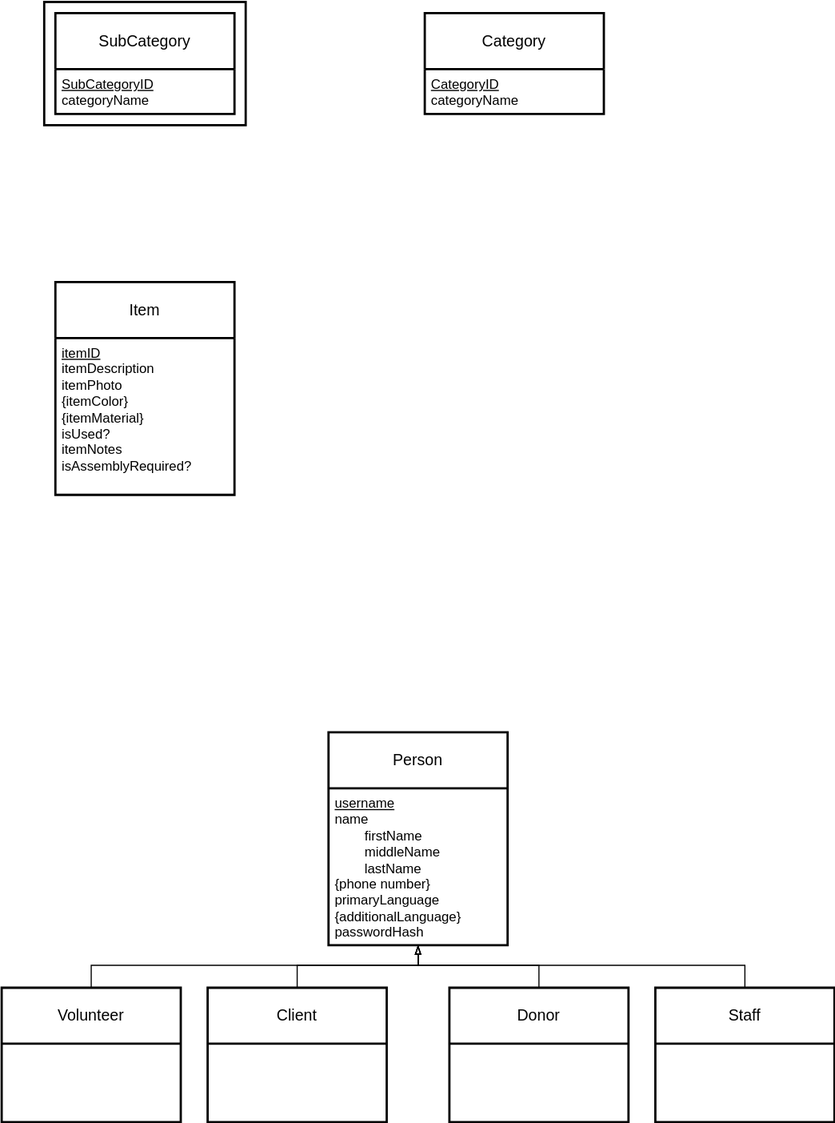
ivanearisty/obsidian keeps this draw.io diagram as Classes + Uni/PDS/Project/Part 1/Project1.svg. Above is the earlier version. Source tidied: cells renumbered, new cells last; positions are measured from the earlier drawing's top-left corner, leaving out a move shared by most shapes.
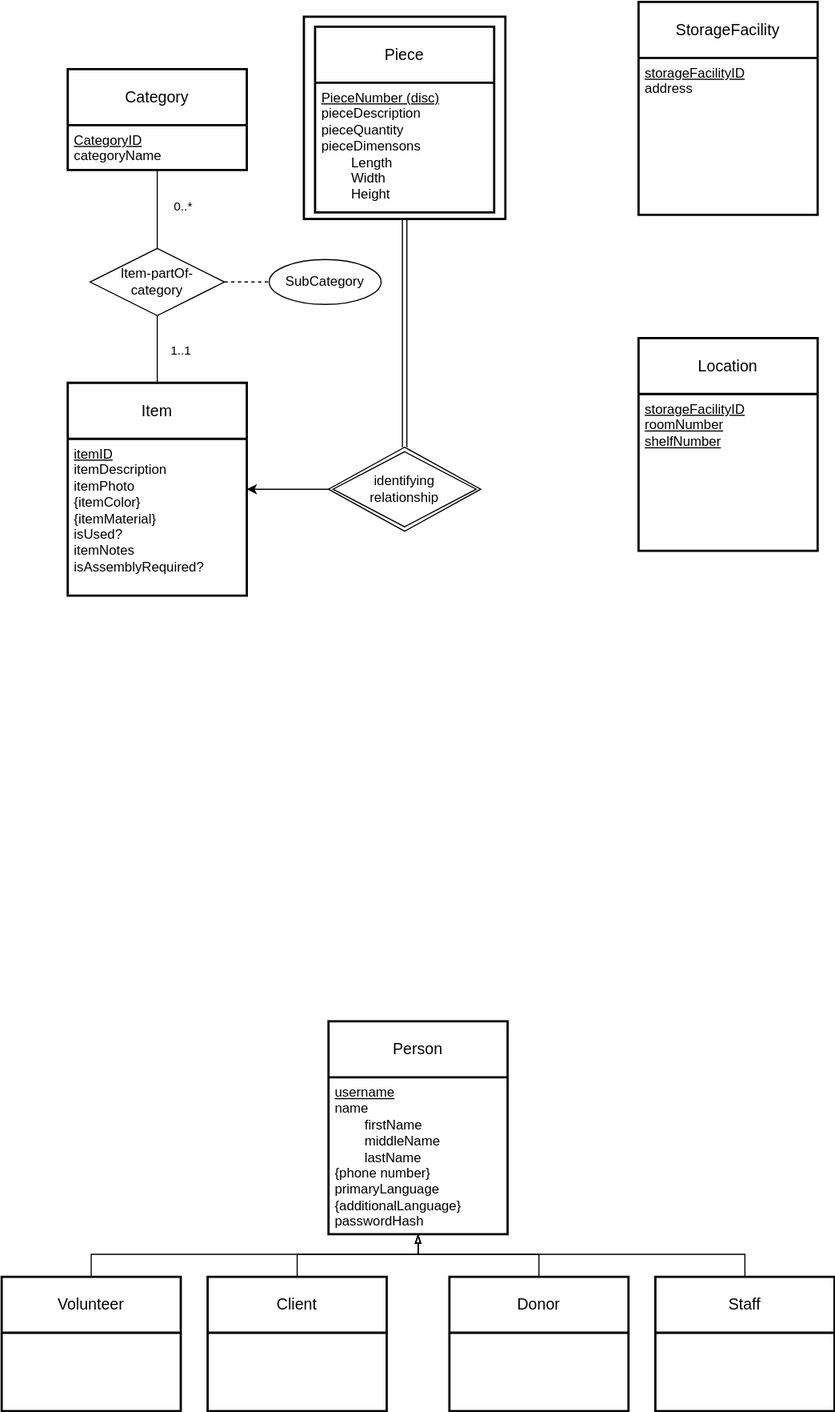
After the change.

Commit message:
vault backup: 2024-10-17 14:12:05

The edit, as a diff of the source:
```diff
@@ -2,18 +2,6 @@
   <root>
     <mxCell id="0" />
     <mxCell id="1" parent="0" />
-    <mxCell id="2" style="group;" parent="1" vertex="1">
-      <mxGeometry x="38" width="180" height="110" as="geometry" />
-    </mxCell>
-    <mxCell id="3" style="rounded=0;whiteSpace=wrap;html=1;strokeWidth=2;fillColor=none;" parent="2" vertex="1">
-      <mxGeometry width="180" height="110" as="geometry" />
-    </mxCell>
-    <mxCell id="4" value="SubCategory" style="swimlane;horizontal=1;startSize=50;rounded=0;fontSize=14;fontStyle=0;strokeWidth=2;shadow=0;dashed=0;align=center;arcSize=4;whiteSpace=wrap;html=1;" parent="2" vertex="1">
-      <mxGeometry x="10" y="10" width="160" height="90" as="geometry" />
-    </mxCell>
-    <mxCell id="5" value="&lt;u&gt;SubCategoryID&lt;/u&gt;&lt;div&gt;categoryName&lt;/div&gt;" style="align=left;strokeColor=none;fillColor=none;spacingLeft=4;fontSize=12;verticalAlign=top;html=1;" parent="4" vertex="1">
-      <mxGeometry y="50" width="160" height="40" as="geometry" />
-    </mxCell>
     <mxCell id="6" value="Person" style="swimlane;horizontal=1;startSize=50;rounded=0;fontSize=14;fontStyle=0;strokeWidth=2;shadow=0;dashed=0;align=center;arcSize=4;whiteSpace=wrap;html=1;" parent="1" vertex="1">
       <mxGeometry x="292" y="652" width="160" height="190" as="geometry" />
     </mxCell>
@@ -66,16 +54,74 @@
       <mxGeometry x="400" y="880" width="160" height="120" as="geometry" />
     </mxCell>
     <mxCell id="16" value="Item" style="swimlane;horizontal=1;startSize=50;rounded=0;fontSize=14;fontStyle=0;strokeWidth=2;shadow=0;dashed=0;align=center;arcSize=4;whiteSpace=wrap;html=1;" parent="1" vertex="1">
-      <mxGeometry x="48" y="250" width="160" height="190" as="geometry" />
+      <mxGeometry x="59" y="82" width="160" height="190" as="geometry" />
     </mxCell>
     <mxCell id="17" value="&lt;u&gt;itemID&lt;/u&gt;&lt;div&gt;itemDescription&lt;/div&gt;&lt;div&gt;itemPhoto&lt;/div&gt;&lt;div&gt;{itemColor}&lt;/div&gt;&lt;div&gt;{itemMaterial}&lt;/div&gt;&lt;div&gt;isUsed?&lt;/div&gt;&lt;div&gt;itemNotes&lt;/div&gt;&lt;div&gt;isAssemblyRequired?&lt;/div&gt;" style="align=left;strokeColor=none;fillColor=none;spacingLeft=4;fontSize=12;verticalAlign=top;html=1;" parent="16" vertex="1">
       <mxGeometry y="50" width="160" height="140" as="geometry" />
     </mxCell>
     <mxCell id="18" value="Category" style="swimlane;horizontal=1;startSize=50;rounded=0;fontSize=14;fontStyle=0;strokeWidth=2;shadow=0;dashed=0;align=center;arcSize=4;whiteSpace=wrap;html=1;" parent="1" vertex="1">
-      <mxGeometry x="378" y="10" width="160" height="90" as="geometry" />
+      <mxGeometry x="59" y="-198" width="160" height="90" as="geometry" />
     </mxCell>
     <mxCell id="19" value="&lt;u&gt;CategoryID&lt;/u&gt;&lt;div&gt;categoryName&lt;/div&gt;" style="align=left;strokeColor=none;fillColor=none;spacingLeft=4;fontSize=12;verticalAlign=top;html=1;" parent="18" vertex="1">
       <mxGeometry y="50" width="160" height="40" as="geometry" />
     </mxCell>
+    <mxCell id="20" style="edgeStyle=orthogonalEdgeStyle;rounded=0;jettySize=auto;html=1;endArrow=none;endFill=0;" parent="1" edge="1" source="23" target="16">
+      <mxGeometry relative="1" as="geometry" />
+    </mxCell>
+    <mxCell id="21" value="1..1" style="edgeLabel;html=1;align=center;verticalAlign=middle;" parent="20" vertex="1">
+      <mxGeometry x="0.02" y="-2" relative="1" as="geometry">
+        <mxPoint x="22" as="offset" />
+      </mxGeometry>
+    </mxCell>
+    <mxCell id="22" style="edgeStyle=orthogonalEdgeStyle;rounded=0;jettySize=auto;html=1;endArrow=none;endFill=0;dashed=1;" parent="1" edge="1" source="23" target="4">
+      <mxGeometry relative="1" as="geometry" />
+    </mxCell>
+    <mxCell id="23" value="Item-partOf-&lt;div&gt;category&lt;/div&gt;" style="shape=rhombus;perimeter=rhombusPerimeter;whiteSpace=wrap;html=1;align=center;" parent="1" vertex="1">
+      <mxGeometry x="79" y="-38" width="120" height="60" as="geometry" />
+    </mxCell>
+    <mxCell id="24" style="edgeStyle=orthogonalEdgeStyle;rounded=0;jettySize=auto;html=1;endArrow=none;endFill=0;" parent="1" edge="1" source="18" target="23">
+      <mxGeometry relative="1" as="geometry" />
+    </mxCell>
+    <mxCell id="25" value="0..*" style="edgeLabel;html=1;align=center;verticalAlign=middle;" parent="24" vertex="1">
+      <mxGeometry x="-0.07" y="2" relative="1" as="geometry">
+        <mxPoint x="20" as="offset" />
+      </mxGeometry>
+    </mxCell>
+    <mxCell id="26" style="group;" parent="1" vertex="1">
+      <mxGeometry x="270" y="-254.2" width="180" height="202.5" as="geometry" />
+    </mxCell>
+    <mxCell id="27" style="rounded=0;whiteSpace=wrap;html=1;strokeWidth=2;fillColor=none;" parent="26" vertex="1">
+      <mxGeometry y="9.4" width="180" height="180.6" as="geometry" />
+    </mxCell>
+    <mxCell id="28" value="Piece" style="swimlane;horizontal=1;startSize=50;rounded=0;fontSize=14;fontStyle=0;strokeWidth=2;shadow=0;dashed=0;align=center;arcSize=4;whiteSpace=wrap;html=1;" parent="26" vertex="1">
+      <mxGeometry x="10" y="18.4" width="160" height="165.7" as="geometry" />
+    </mxCell>
+    <mxCell id="29" value="&lt;u&gt;PieceNumber (disc)&lt;/u&gt;&lt;div&gt;pieceDescription&lt;/div&gt;&lt;div&gt;pieceQuantity&lt;/div&gt;&lt;div&gt;pieceDimensons&lt;/div&gt;&lt;div&gt;&lt;span style=&quot;white-space: pre;&quot;&gt;&#9;&lt;/span&gt;Length&lt;br&gt;&lt;/div&gt;&lt;div&gt;&lt;span style=&quot;white-space: pre;&quot;&gt;&#9;&lt;/span&gt;Width&lt;br&gt;&lt;/div&gt;&lt;div&gt;&lt;span style=&quot;white-space: pre;&quot;&gt;&#9;&lt;/span&gt;Height&lt;br&gt;&lt;/div&gt;" style="align=left;strokeColor=none;fillColor=none;spacingLeft=4;fontSize=12;verticalAlign=top;html=1;" parent="28" vertex="1">
+      <mxGeometry y="50" width="160" height="115.7" as="geometry" />
+    </mxCell>
+    <mxCell id="30" style="edgeStyle=orthogonalEdgeStyle;rounded=0;jettySize=auto;html=1;" parent="1" edge="1" source="32" target="16">
+      <mxGeometry relative="1" as="geometry" />
+    </mxCell>
+    <mxCell id="31" style="edgeStyle=orthogonalEdgeStyle;rounded=0;jettySize=auto;html=1;endArrow=none;endFill=0;shape=link;" parent="1" edge="1" source="32" target="27">
+      <mxGeometry relative="1" as="geometry" />
+    </mxCell>
+    <mxCell id="32" value="identifying&lt;div&gt;relationship&lt;/div&gt;" style="shape=rhombus;double=1;perimeter=rhombusPerimeter;whiteSpace=wrap;html=1;align=center;" parent="1" vertex="1">
+      <mxGeometry x="292" y="139.5" width="136" height="75" as="geometry" />
+    </mxCell>
+    <mxCell id="4" value="SubCategory" style="ellipse;whiteSpace=wrap;html=1;align=center;" parent="1" vertex="1">
+      <mxGeometry x="239" y="-28" width="100" height="40" as="geometry" />
+    </mxCell>
+    <mxCell id="33" value="Location" style="swimlane;horizontal=1;startSize=50;rounded=0;fontSize=14;fontStyle=0;strokeWidth=2;shadow=0;dashed=0;align=center;arcSize=4;whiteSpace=wrap;html=1;" parent="1" vertex="1">
+      <mxGeometry x="569" y="42" width="160" height="190" as="geometry" />
+    </mxCell>
+    <mxCell id="34" value="&lt;u&gt;storageFacilityID&lt;/u&gt;&lt;div&gt;&lt;u&gt;roomNumber&lt;/u&gt;&lt;/div&gt;&lt;div&gt;&lt;u&gt;shelfNumber&lt;/u&gt;&lt;/div&gt;" style="align=left;strokeColor=none;fillColor=none;spacingLeft=4;fontSize=12;verticalAlign=top;html=1;" parent="33" vertex="1">
+      <mxGeometry y="50" width="160" height="140" as="geometry" />
+    </mxCell>
+    <mxCell id="35" value="StorageFacility" style="swimlane;horizontal=1;startSize=50;rounded=0;fontSize=14;fontStyle=0;strokeWidth=2;shadow=0;dashed=0;align=center;arcSize=4;whiteSpace=wrap;html=1;" parent="1" vertex="1">
+      <mxGeometry x="569" y="-258" width="160" height="190" as="geometry" />
+    </mxCell>
+    <mxCell id="36" value="&lt;u&gt;storageFacilityID&lt;/u&gt;&lt;div&gt;address&lt;/div&gt;&lt;div&gt;&lt;span style=&quot;white-space: pre;&quot;&gt;&#9;&lt;/span&gt;&lt;br&gt;&lt;/div&gt;" style="align=left;strokeColor=none;fillColor=none;spacingLeft=4;fontSize=12;verticalAlign=top;html=1;" parent="35" vertex="1">
+      <mxGeometry y="50" width="160" height="140" as="geometry" />
+    </mxCell>
   </root>
 </mxGraphModel>
```
